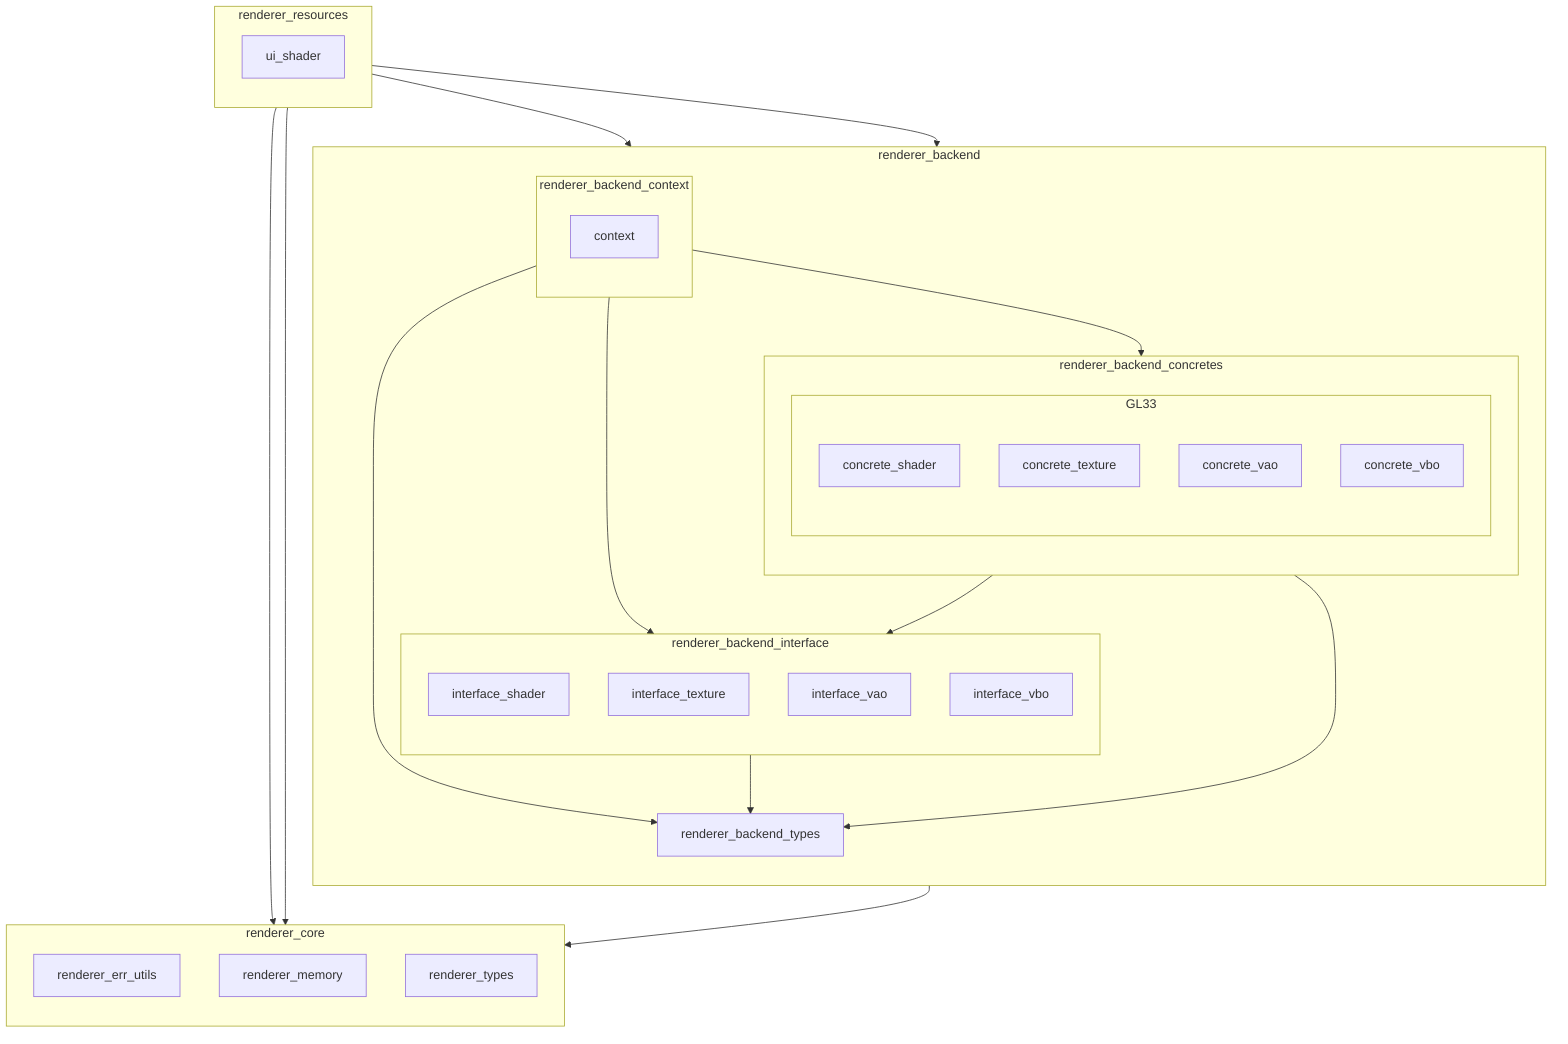
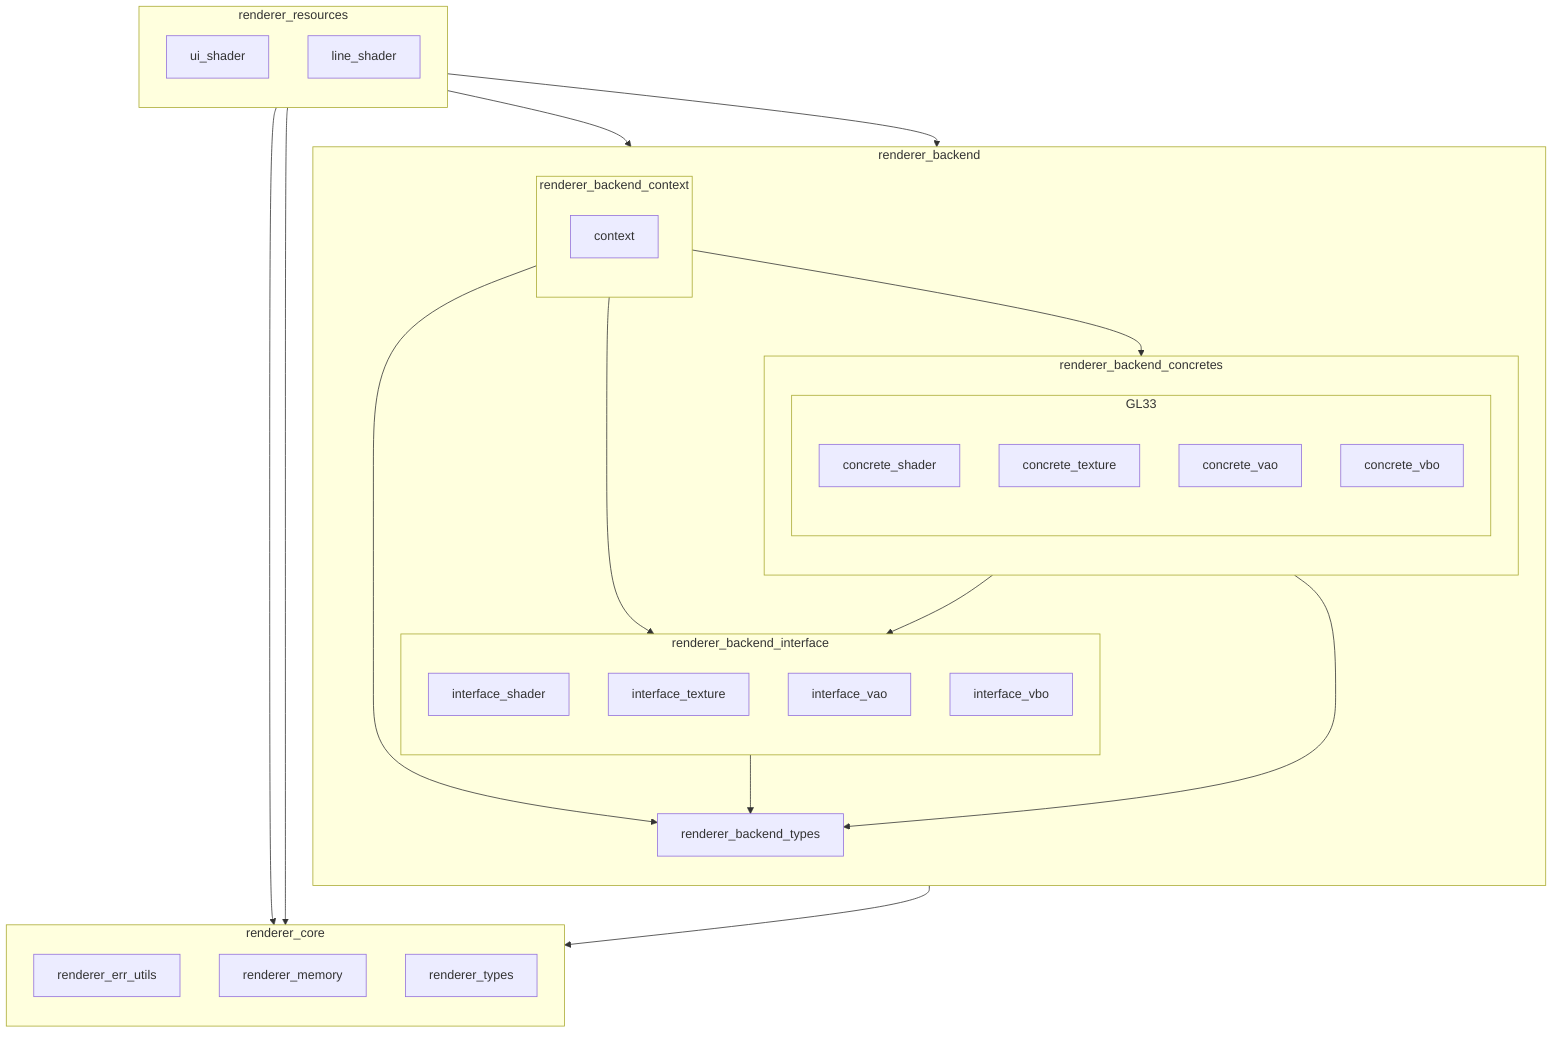
graph TD
  subgraph RENDERER_RESOURCES[renderer_resources]
    direction TB
    UI_SHADER[ui_shader]
+     LINE_SHADER[line_shader]
  end

  subgraph RENDERER_CORE[renderer_core]
    direction TB
    RENDERER_ERR_UTILS[renderer_err_utils]
    RENDERER_MEMORY[renderer_memory]
    RENDERER_TYPES[renderer_types]
  end

  subgraph RENDERER_BACKEND[renderer_backend]
    direction TB
    RENDERER_BACKEND_TYPES[renderer_backend_types]

    subgraph RENDERER_BACKEND_INTERFACE[renderer_backend_interface]
      direction TB
      INTERFACE_SHADER[interface_shader]
      INTERFACE_TEXTURE[interface_texture]
      INTERFACE_VAO[interface_vao]
      INTERFACE_VBO[interface_vbo]
    end

    subgraph RENDERER_BACKEND_CONCRETES[renderer_backend_concretes]
      direction TB
      subgraph GL33
        direction TB
        CONCRETE_SHADER[concrete_shader]
        CONCRETE_TEXTURE[concrete_texture]
        CONCRETE_VAO[concrete_vao]
        CONCRETE_VBO[concrete_vbo]
      end
    end

    subgraph RENDERER_BACKEND_CONTEXT[renderer_backend_context]
      direction TB
      CONTEXT[context]
    end
  end

  RENDERER_RESOURCES --> CONTEXT
  RENDERER_RESOURCES --> RENDERER_BACKEND_TYPES
  RENDERER_RESOURCES --> RENDERER_ERR_UTILS
  RENDERER_RESOURCES --> RENDERER_MEMORY

  RENDERER_BACKEND_INTERFACE --> RENDERER_BACKEND_TYPES
  %% RENDERER_BACKEND_INTERFACE --> RENDERER_TYPES

  RENDERER_BACKEND_CONCRETES --> RENDERER_BACKEND_INTERFACE
  RENDERER_BACKEND_CONCRETES --> RENDERER_BACKEND_TYPES
  %% RENDERER_BACKEND_CONCRETES --> RENDERER_CORE

  %% CONTEXT --> RENDERER_CORE
  CONTEXT --> RENDERER_BACKEND_TYPES
  CONTEXT --> GL33
  CONTEXT --> RENDERER_BACKEND_INTERFACE

  RENDERER_BACKEND --> RENDERER_CORE
